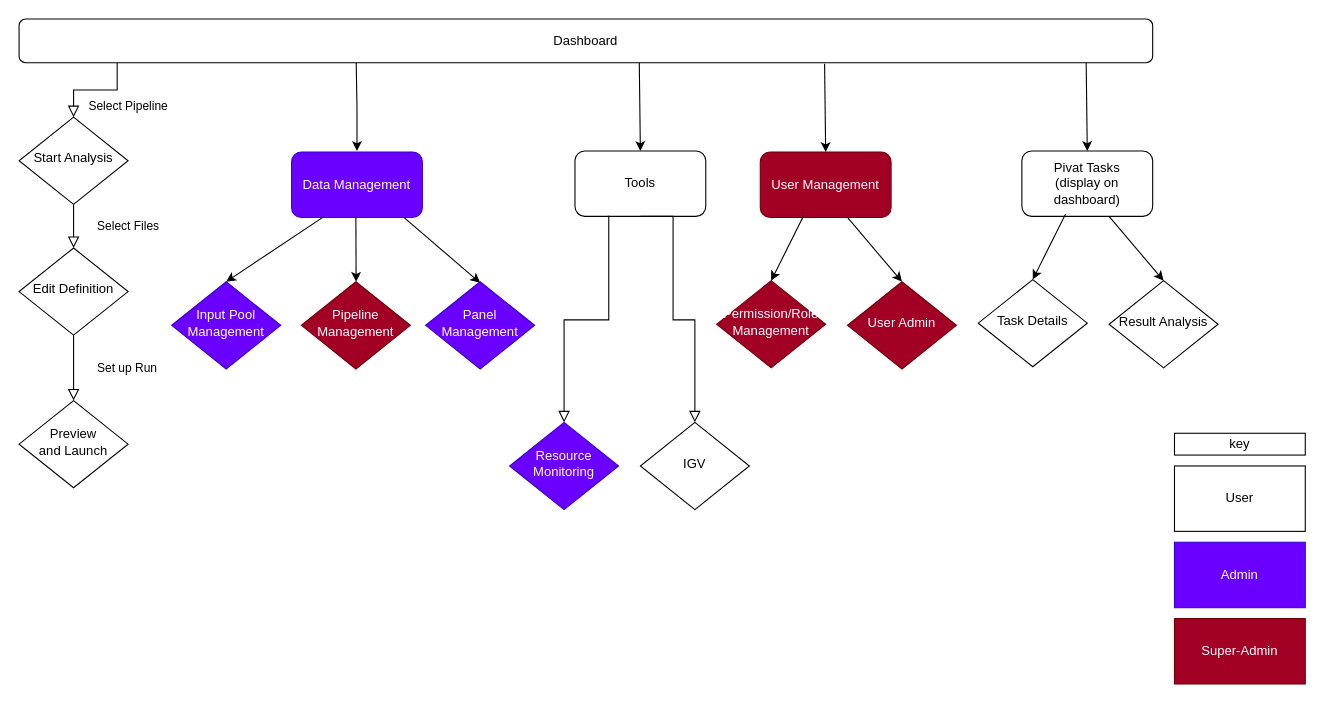
Above: Untitled Diagram.drawio in reggaebass/pilar-test (draw.io), before the change. Source tidied: cells renumbered, new cells numbered last; positions are measured from the earlier drawing's top-left corner, leaving out a move shared by most shapes. Both pictures are drawn from the tidied source at 109%, with x=0, y=0 at pixel (19, 19).
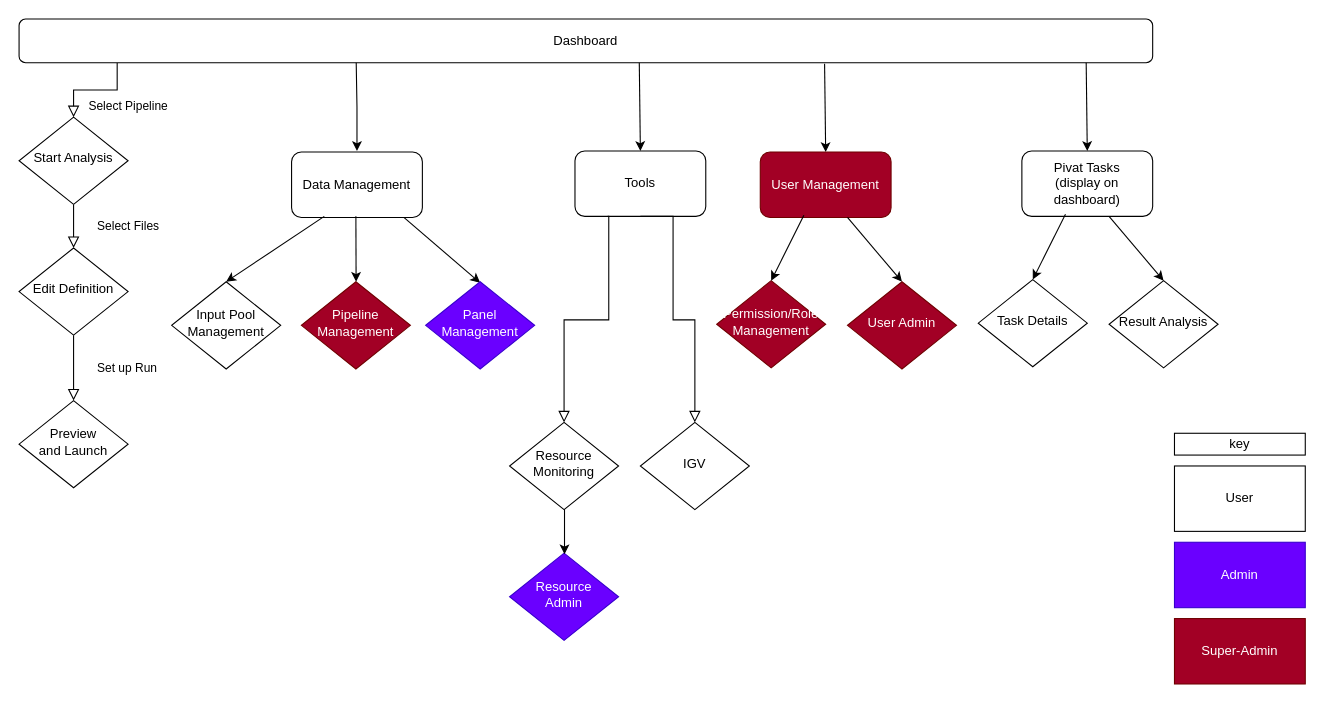
Above is the later version.

Change to the diagram source:
```diff
@@
-    <mxCell id="10" value="Data Management" style="rounded=1;whiteSpace=wrap;html=1;fillColor=#6a00ff;fontColor=#ffffff;strokeColor=#3700CC;" parent="1" vertex="1">
+    <mxCell id="10" value="Data Management" style="rounded=1;whiteSpace=wrap;html=1;" parent="1" vertex="1">
       <mxGeometry x="250" y="122" width="120" height="60" as="geometry" />
     </mxCell>
@@
-    <mxCell id="17" value="Resource&lt;br&gt;Monitoring" style="rhombus;whiteSpace=wrap;html=1;shadow=0;fontFamily=Helvetica;fontSize=12;align=center;strokeWidth=1;spacing=6;spacingTop=-4;fillColor=#6a00ff;fontColor=#ffffff;strokeColor=#3700CC;" parent="1" vertex="1">
+    <mxCell id="17" value="Resource&lt;br&gt;Monitoring" style="rhombus;whiteSpace=wrap;html=1;shadow=0;fontFamily=Helvetica;fontSize=12;align=center;strokeWidth=1;spacing=6;spacingTop=-4;" parent="1" vertex="1">
       <mxGeometry x="450" y="370" width="100" height="80" as="geometry" />
     </mxCell>
@@
-    <mxCell id="20" value="Input Pool&lt;br&gt;Management" style="rhombus;whiteSpace=wrap;html=1;shadow=0;fontFamily=Helvetica;fontSize=12;align=center;strokeWidth=1;spacing=6;spacingTop=-4;fillColor=#6a00ff;fontColor=#ffffff;strokeColor=#3700CC;" parent="1" vertex="1">
+    <mxCell id="20" value="Input Pool&lt;br&gt;Management" style="rhombus;whiteSpace=wrap;html=1;shadow=0;fontFamily=Helvetica;fontSize=12;align=center;strokeWidth=1;spacing=6;spacingTop=-4;" parent="1" vertex="1">
       <mxGeometry x="140" y="241" width="100" height="80" as="geometry" />
     </mxCell>
@@
+    <mxCell id="39" value="Resource&lt;br&gt;Admin" style="rhombus;whiteSpace=wrap;html=1;shadow=0;fontFamily=Helvetica;fontSize=12;align=center;strokeWidth=1;spacing=6;spacingTop=-4;fillColor=#6a00ff;fontColor=#ffffff;strokeColor=#3700CC;" parent="1" vertex="1">
+      <mxGeometry x="450" y="490" width="100" height="80" as="geometry" />
+    </mxCell>
+    <mxCell id="40" style="endArrow=classic;html=1;rounded=0;" parent="1" edge="1" source="17">
+      <mxGeometry relative="1" as="geometry">
+        <mxPoint x="500.4" y="491" as="targetPoint" />
+        <Array as="points">
+          <mxPoint x="500.4" y="451" />
+        </Array>
+      </mxGeometry>
+    </mxCell>
```
